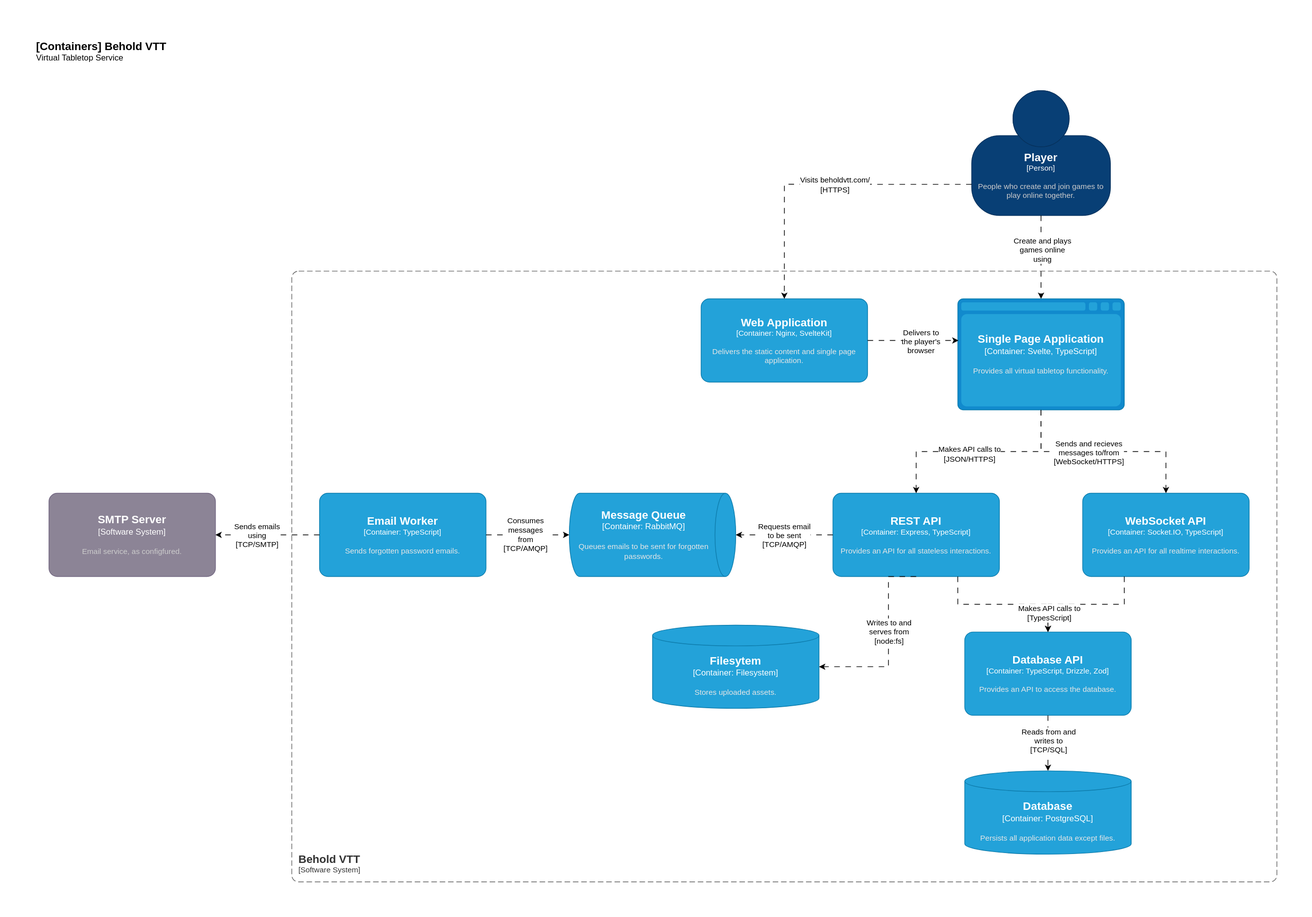
freeborough/behold keeps this draw.io diagram as doc/images/c4-containers.drawio.svg. Above is the earlier version. Source tidied: cells renumbered, new cells last; positions are measured from the earlier drawing's top-left corner, leaving out a move shared by most shapes.
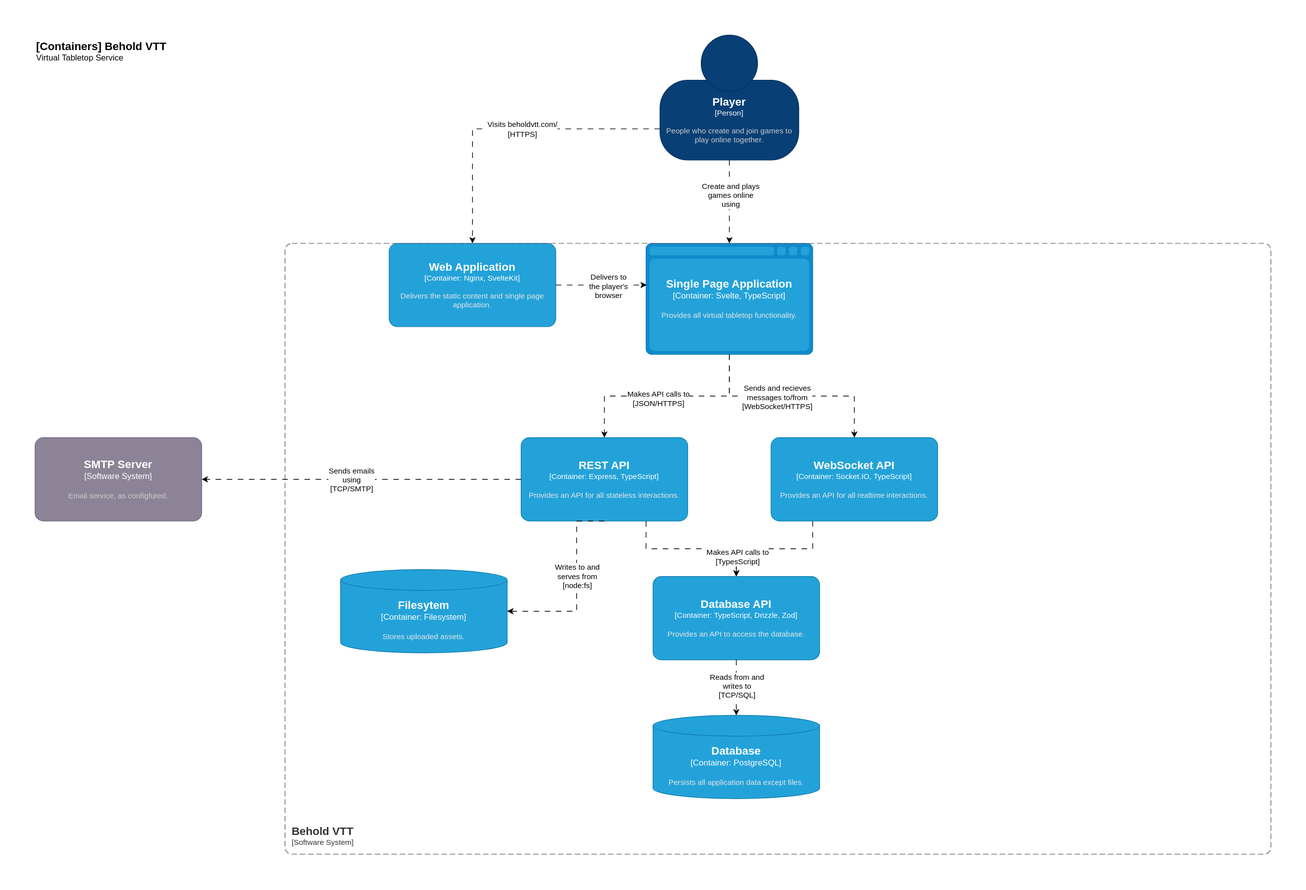
Later version of the same file.

Commit message:
Removed the email Message Queue and Worker from the design.

What changed in the source:
```diff
@@ -9,7 +9,7 @@
     </object>
     <object id="3" label="&lt;font style=&quot;font-size: 16px&quot;&gt;&lt;b&gt;&lt;div style=&quot;text-align: left&quot;&gt;%c4Name%&lt;/div&gt;&lt;/b&gt;&lt;/font&gt;&lt;div style=&quot;text-align: left&quot;&gt;%c4Description%&lt;/div&gt;" c4Description="Virtual Tabletop Service" c4Name="[Containers] Behold VTT" c4Type="ContainerDiagramTitle" placeholders="1">
       <mxCell style="text;html=1;strokeColor=none;fillColor=none;align=left;verticalAlign=top;whiteSpace=wrap;rounded=0;" parent="1" vertex="1">
-        <mxGeometry width="260" height="40" as="geometry" />
+        <mxGeometry x="450" y="80" width="260" height="40" as="geometry" />
       </mxCell>
     </object>
     <mxCell id="4" style="edgeStyle=orthogonalEdgeStyle;rounded=0;jettySize=auto;html=1;exitX=0.5;exitY=1;exitDx=0;exitDy=0;exitPerimeter=0;dashed=1;dashPattern=8 8;" parent="1" edge="1" source="6" target="10">
@@ -91,39 +91,15 @@
     </mxCell>
     <object id="22" label="&lt;font style=&quot;font-size: 16px&quot;&gt;&lt;b&gt;&lt;div style=&quot;text-align: left&quot;&gt;%c4Name%&lt;/div&gt;&lt;/b&gt;&lt;/font&gt;&lt;div style=&quot;text-align: left&quot;&gt;[%c4Application%]&lt;/div&gt;" c4Application="Software System" c4Name="Behold VTT" c4Type="SystemScopeBoundary" placeholders="1">
       <mxCell style="rounded=1;fontSize=11;whiteSpace=wrap;html=1;dashed=1;arcSize=20;fillColor=none;strokeColor=#666666;fontColor=#333333;labelBackgroundColor=none;align=left;verticalAlign=bottom;labelBorderColor=none;spacingTop=0;spacing=10;dashPattern=8 4;perimeter=rectanglePerimeter;noLabel=0;labelPadding=0;absoluteArcSize=1;" parent="1" vertex="1">
-        <mxGeometry x="370" y="340" width="1420" height="880" as="geometry" />
+        <mxGeometry x="810" y="380" width="1420" height="880" as="geometry" />
       </mxCell>
     </object>
-    <object id="23" label="&lt;font style=&quot;font-size: 16px&quot;&gt;&lt;b&gt;%c4Name%&lt;/b&gt;&lt;/font&gt;&lt;div&gt;[%c4Type%:&amp;nbsp;%c4Technology%]&lt;/div&gt;&lt;br&gt;&lt;div&gt;&lt;font style=&quot;font-size: 11px&quot;&gt;&lt;font color=&quot;#E6E6E6&quot;&gt;%c4Description%&lt;/font&gt;&lt;/div&gt;" c4Description="Queues emails to be sent for forgotten passwords." c4Name="Message Queue" c4Technology="RabbitMQ" c4Type="Container" placeholders="1">
-      <mxCell style="shape=cylinder3;size=15;direction=south;whiteSpace=wrap;html=1;boundedLbl=1;rounded=0;labelBackgroundColor=none;fillColor=#23A2D9;fontSize=12;fontColor=#ffffff;align=center;strokeColor=#0E7DAD;points=[[0.5,0,0],[1,0.25,0],[1,0.5,0],[1,0.75,0],[0.5,1,0],[0,0.75,0],[0,0.5,0],[0,0.25,0]];" parent="1" vertex="1">
-        <mxGeometry x="770" y="660" width="240" height="120" as="geometry" />
-      </mxCell>
-    </object>
     <object id="24" label="&lt;font style=&quot;font-size: 16px&quot;&gt;&lt;b&gt;%c4Name%&lt;/b&gt;&lt;/font&gt;&lt;div&gt;[%c4Type%]&lt;/div&gt;&lt;br&gt;&lt;div&gt;&lt;font style=&quot;font-size: 11px&quot;&gt;&lt;font color=&quot;#cccccc&quot;&gt;%c4Description%&lt;/font&gt;&lt;/div&gt;" c4Description="Email service, as configfured." c4Name="SMTP Server" c4Type="Software System" placeholders="1">
       <mxCell style="rounded=1;whiteSpace=wrap;html=1;labelBackgroundColor=none;fillColor=#8C8496;fontColor=#ffffff;align=center;arcSize=10;strokeColor=#736782;points=[[0.25,0,0],[0.5,0,0],[0.75,0,0],[1,0.25,0],[1,0.5,0],[1,0.75,0],[0.75,1,0],[0.5,1,0],[0.25,1,0],[0,0.75,0],[0,0.5,0],[0,0.25,0]];" parent="1" vertex="1">
-        <mxGeometry x="20" y="660" width="240" height="120" as="geometry" />
+        <mxGeometry x="450" y="660" width="240" height="120" as="geometry" />
       </mxCell>
     </object>
-    <object id="25" label="&lt;font style=&quot;font-size: 16px&quot;&gt;&lt;b&gt;%c4Name%&lt;/b&gt;&lt;/font&gt;&lt;div&gt;[%c4Type%: %c4Technology%]&lt;/div&gt;&lt;br&gt;&lt;div&gt;&lt;font style=&quot;font-size: 11px&quot;&gt;&lt;font color=&quot;#E6E6E6&quot;&gt;%c4Description%&lt;/font&gt;&lt;/div&gt;" c4Description="Sends forgotten password emails." c4Name="Email Worker" c4Technology="TypeScript" c4Type="Container" placeholders="1">
-      <mxCell style="rounded=1;whiteSpace=wrap;html=1;fontSize=11;labelBackgroundColor=none;fillColor=#23A2D9;fontColor=#ffffff;align=center;arcSize=10;strokeColor=#0E7DAD;points=[[0.25,0,0],[0.5,0,0],[0.75,0,0],[1,0.25,0],[1,0.5,0],[1,0.75,0],[0.75,1,0],[0.5,1,0],[0.25,1,0],[0,0.75,0],[0,0.5,0],[0,0.25,0]];" parent="1" vertex="1">
-        <mxGeometry x="410" y="660" width="240" height="120" as="geometry" />
-      </mxCell>
-    </object>
-    <mxCell id="26" style="edgeStyle=orthogonalEdgeStyle;rounded=0;jettySize=auto;html=1;exitX=0;exitY=0.5;exitDx=0;exitDy=0;exitPerimeter=0;entryX=0.5;entryY=0;entryDx=0;entryDy=0;entryPerimeter=0;dashed=1;dashPattern=8 8;" parent="1" edge="1" source="9" target="23">
-      <mxGeometry relative="1" as="geometry" />
-    </mxCell>
-    <mxCell id="27" value="Requests email&lt;br&gt;to be sent&lt;br&gt;[TCP/AMQP]" style="edgeLabel;html=1;align=center;verticalAlign=middle;" parent="26" vertex="1">
-      <mxGeometry x="0.29" y="-2" relative="1" as="geometry">
-        <mxPoint x="20" y="2" as="offset" />
-      </mxGeometry>
-    </mxCell>
-    <mxCell id="28" style="edgeStyle=orthogonalEdgeStyle;rounded=0;jettySize=auto;html=1;exitX=1;exitY=0.5;exitDx=0;exitDy=0;exitPerimeter=0;entryX=0.5;entryY=1;entryDx=0;entryDy=0;entryPerimeter=0;dashed=1;dashPattern=8 8;" parent="1" edge="1" source="25" target="23">
-      <mxGeometry relative="1" as="geometry" />
-    </mxCell>
-    <mxCell id="29" value="Consumes&lt;br&gt;messages&lt;br&gt;from&lt;br&gt;[TCP/AMQP]" style="edgeLabel;html=1;align=center;verticalAlign=middle;" parent="28" vertex="1">
-      <mxGeometry x="-0.07" y="1" relative="1" as="geometry" />
-    </mxCell>
-    <mxCell id="30" style="edgeStyle=orthogonalEdgeStyle;rounded=0;jettySize=auto;html=1;exitX=0;exitY=0.5;exitDx=0;exitDy=0;exitPerimeter=0;entryX=1;entryY=0.5;entryDx=0;entryDy=0;entryPerimeter=0;dashed=1;dashPattern=8 8;" parent="1" edge="1" source="25" target="24">
+    <mxCell id="30" style="edgeStyle=orthogonalEdgeStyle;rounded=0;jettySize=auto;html=1;exitX=0;exitY=0.5;exitDx=0;exitDy=0;exitPerimeter=0;entryX=1;entryY=0.5;entryDx=0;entryDy=0;entryPerimeter=0;dashed=1;dashPattern=8 8;" parent="1" edge="1" source="9" target="24">
       <mxGeometry relative="1" as="geometry" />
     </mxCell>
     <mxCell id="31" value="Sends emails&lt;br&gt;using&lt;br&gt;[TCP/SMTP]" style="edgeLabel;html=1;align=center;verticalAlign=middle;" parent="30" vertex="1">
```
